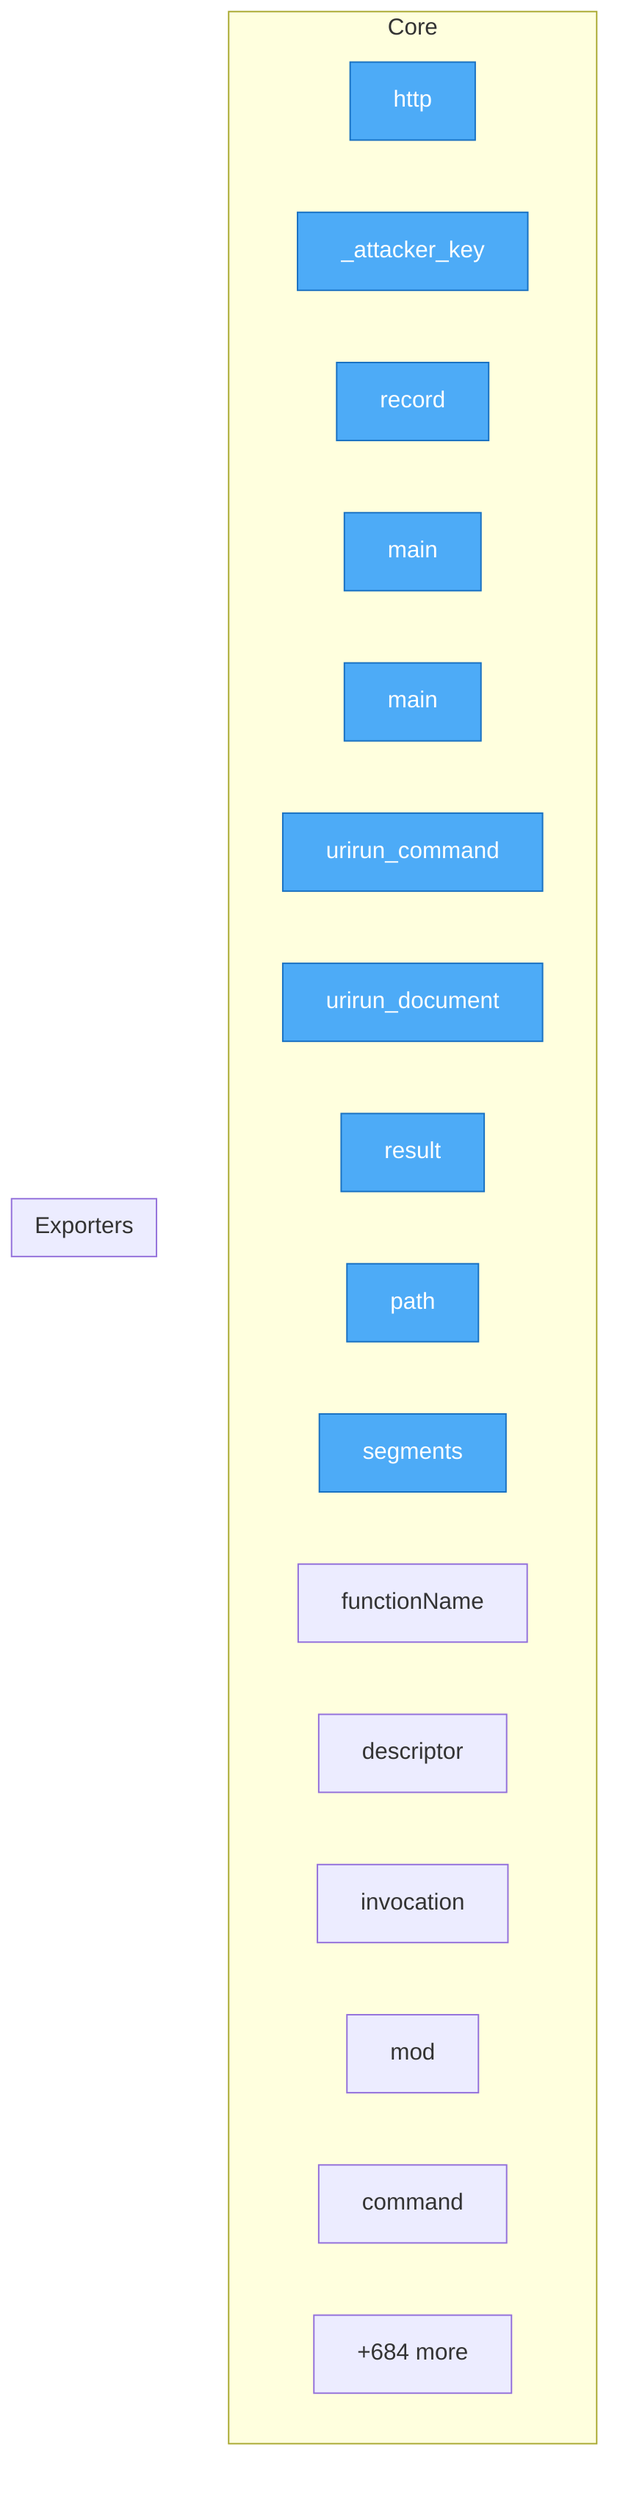
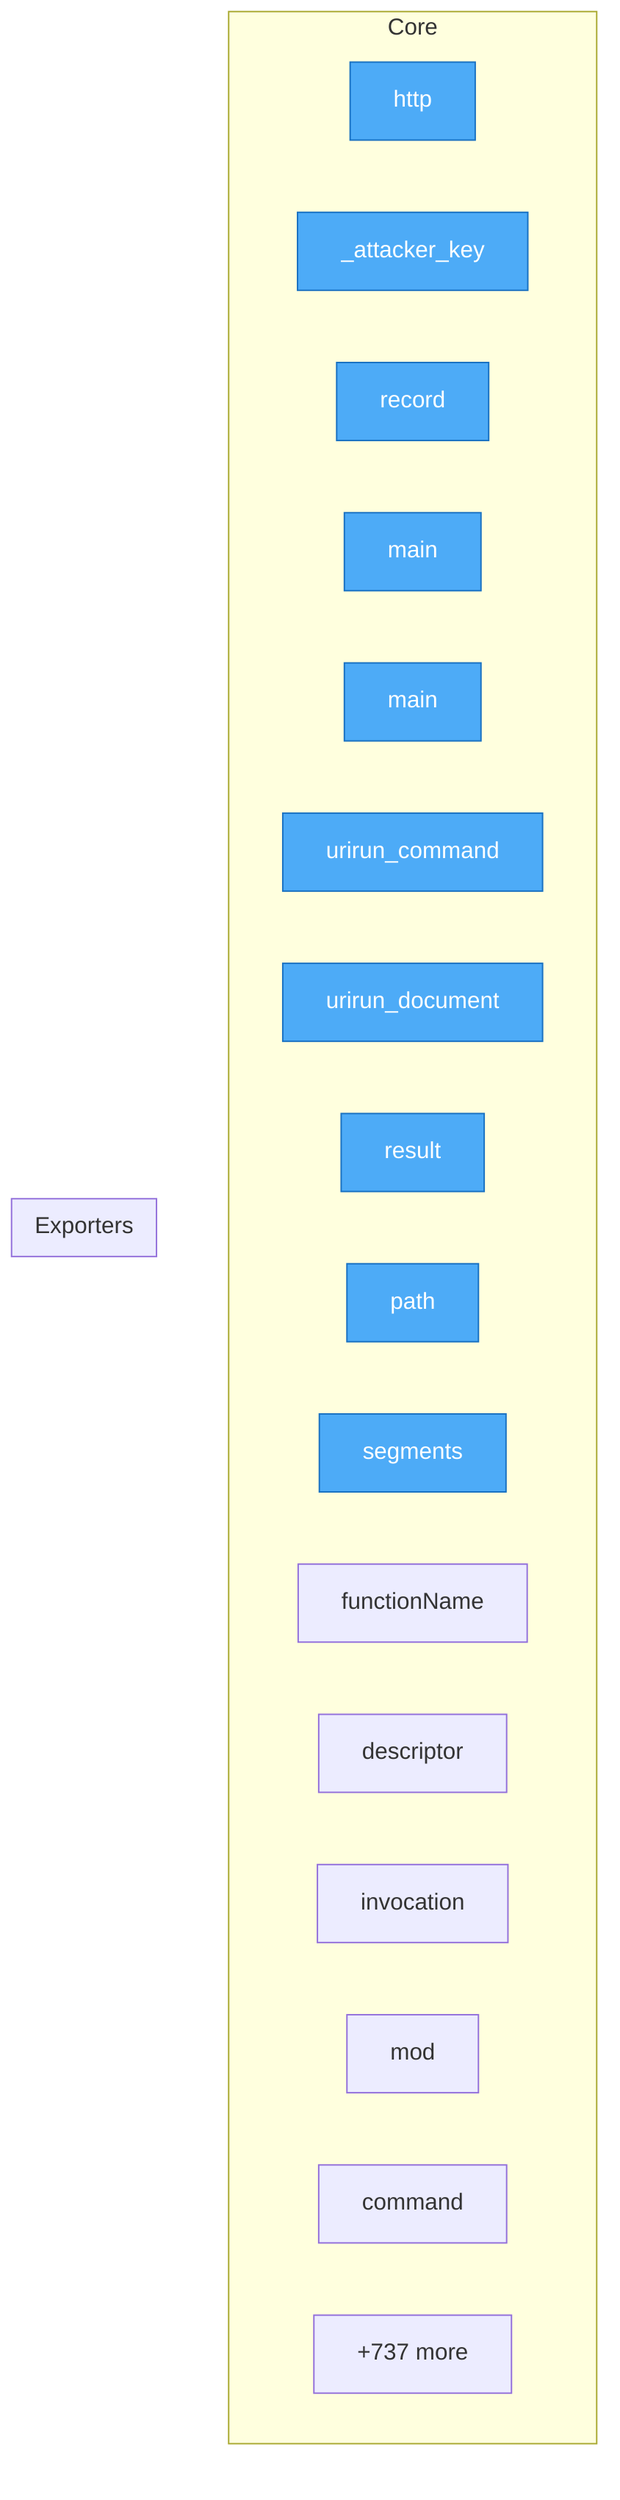
flowchart TD
- %% generated in 0.05s
+ %% generated in 0.04s

    %% Entry points (blue)
    classDef entry fill:#4dabf7,stroke:#1971c2,color:#fff

    subgraph Core
        security__mesh_probe__probe__http["http"]
        security__mesh_probe__probe___attacker_key["_attacker_key"]
        security__mesh_probe__probe__record["record"]
        adapters__conformance__main["main"]
        adapters__new_connector__main["main"]
        adapters__bash__urirun__urirun_command["urirun_command"]
        adapters__bash__urirun__urirun_document["urirun_document"]
        adapters__js__index__test__result["result"]
        adapters__js__path["path"]
        adapters__js__segments["segments"]
        adapters__js__functionName["functionName"]
        adapters__js__descriptor["descriptor"]
        adapters__js__invocation["invocation"]
        adapters__js__mod["mod"]
        adapters__java__Urirun__Urirun__command["command"]
-         ...["+684 more"]
+         ...["+737 more"]
    end

    subgraph Exporters
    end

    class security__mesh_probe__probe__http,security__mesh_probe__probe___attacker_key,security__mesh_probe__probe__record,adapters__conformance__main,adapters__new_connector__main,adapters__bash__urirun__urirun_command,adapters__bash__urirun__urirun_document,adapters__js__index__test__result,adapters__js__path,adapters__js__segments entry
